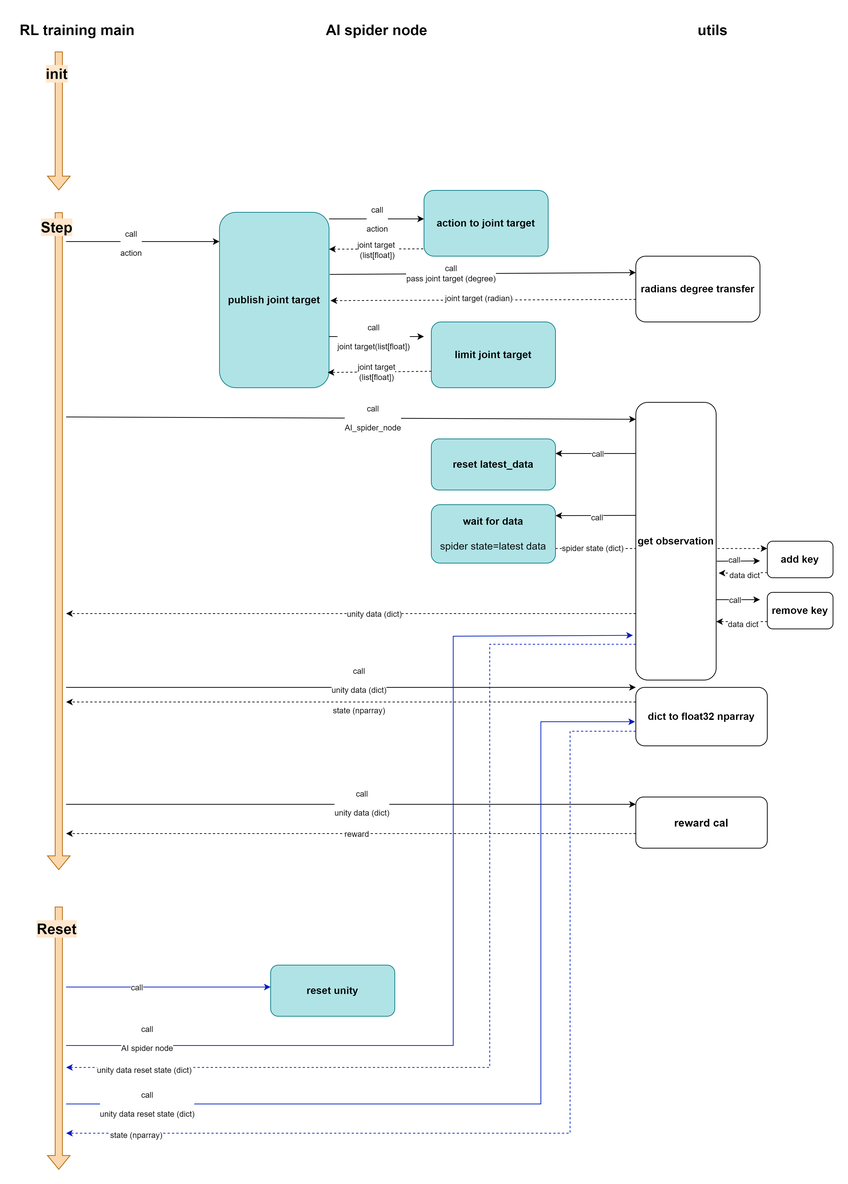
siangting/pros_ai_spider keeps this draw.io diagram as diagram/RL training main.drawio.png. Above is the earlier version. Source tidied: cells renumbered, new cells last; positions are measured from the earlier drawing's top-left corner, leaving out a move shared by most shapes.
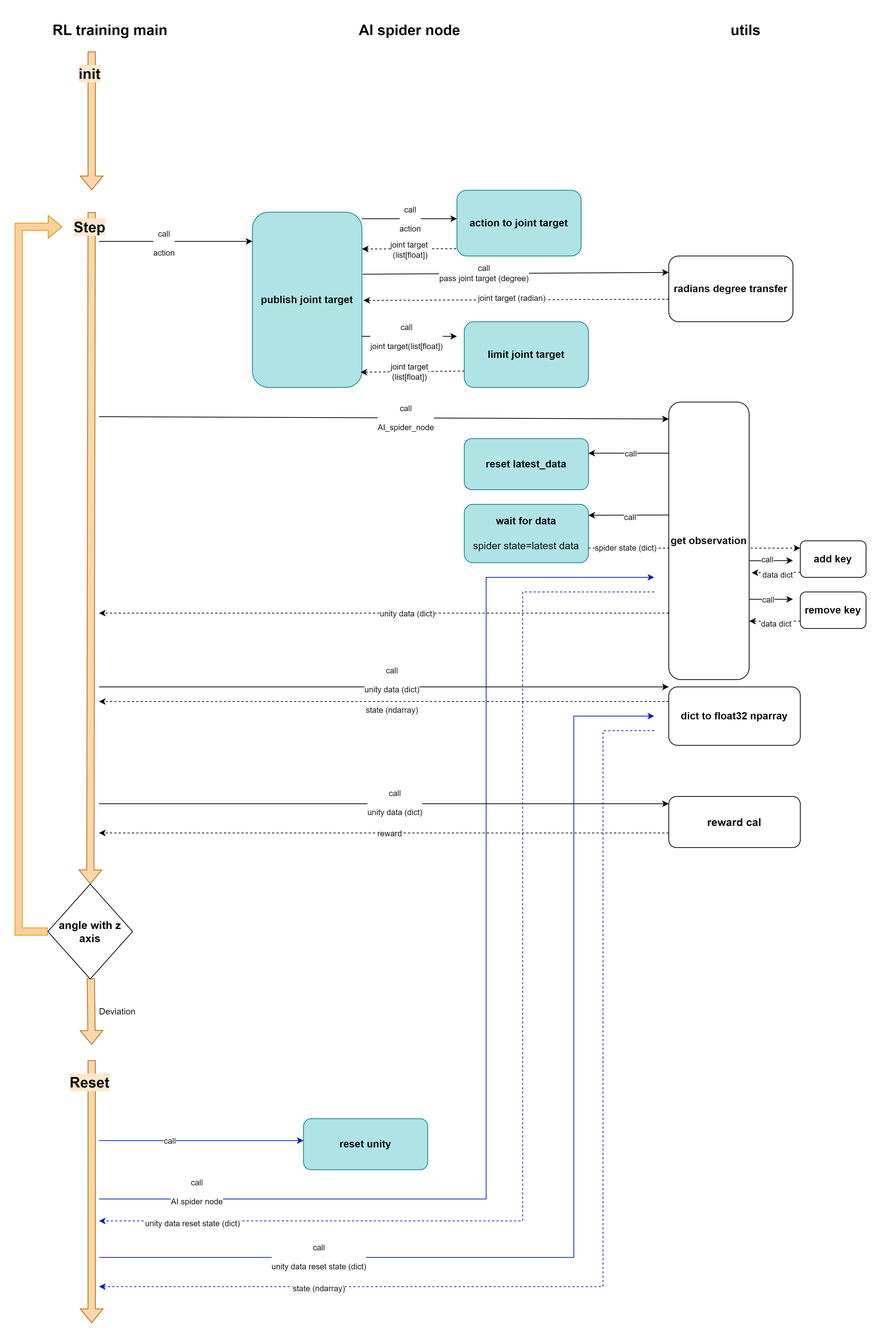
The same diagram one commit later.

Commit message:
[DOCS] Add terminate condition to training diagram.

1. Multi-PPO RL training steps terminate according to spider toward
   angle with z axis. Add the terminate condition to RL training main
diagram.

Diff of the diagram source:
```diff
@@ -180,7 +180,7 @@
         <mxPoint x="70" y="940" as="targetPoint" />
       </mxGeometry>
     </mxCell>
-    <mxCell id="44" value="&lt;div&gt;state (nparray)&lt;br&gt;&lt;/div&gt;" style="edgeLabel;html=1;align=center;verticalAlign=middle;" parent="43" vertex="1">
+    <mxCell id="44" value="&lt;div&gt;state (ndarray)&lt;br&gt;&lt;/div&gt;" style="edgeLabel;html=1;align=center;verticalAlign=middle;" parent="43" vertex="1">
       <mxGeometry x="-0.02" relative="1" as="geometry">
         <mxPoint x="3" y="11" as="offset" />
       </mxGeometry>
@@ -196,17 +196,11 @@
         <mxPoint x="26" y="9" as="offset" />
       </mxGeometry>
     </mxCell>
-    <mxCell id="47" style="shape=flexArrow;endArrow=classic;html=1;rounded=0;fillColor=#fad7ac;strokeColor=#b46504;" parent="1" edge="1">
+    <mxCell id="47" style="shape=flexArrow;endArrow=classic;html=1;rounded=0;fillColor=#fad7ac;strokeColor=#b46504;" parent="1" edge="1" source="73">
       <mxGeometry relative="1" as="geometry">
-        <mxPoint x="60" y="270" as="sourcePoint" />
-        <mxPoint x="60" y="1170" as="targetPoint" />
+        <mxPoint x="60" y="1410" as="targetPoint" />
       </mxGeometry>
     </mxCell>
-    <mxCell id="48" value="Step" style="edgeLabel;html=1;align=center;verticalAlign=middle;fontSize=20;fontStyle=1;labelBackgroundColor=#FFE6CC;" parent="1" vertex="1">
-      <mxGeometry x="30" y="280" as="geometry">
-        <mxPoint x="26" y="9" as="offset" />
-      </mxGeometry>
-    </mxCell>
     <mxCell id="49" value="&lt;b&gt;&lt;font style=&quot;font-size: 15px;&quot;&gt;reward cal&lt;/font&gt;&lt;/b&gt;" style="rounded=1;whiteSpace=wrap;html=1;" parent="1" vertex="1">
       <mxGeometry x="850" y="1070" width="180" height="70" as="geometry" />
     </mxCell>
@@ -230,33 +224,34 @@
     </mxCell>
     <mxCell id="54" style="shape=flexArrow;endArrow=classic;html=1;rounded=0;fillColor=#fad7ac;strokeColor=#b46504;" parent="1" edge="1">
       <mxGeometry relative="1" as="geometry">
-        <mxPoint x="60" y="1220" as="sourcePoint" />
-        <mxPoint x="60" y="1580" as="targetPoint" />
+        <mxPoint x="60" y="1431.2" as="sourcePoint" />
+        <mxPoint x="60" y="1791.2" as="targetPoint" />
       </mxGeometry>
     </mxCell>
     <mxCell id="55" value="Reset" style="edgeLabel;html=1;align=center;verticalAlign=middle;fontSize=20;fontStyle=1;labelBackgroundColor=#FFE6CC;" parent="1" vertex="1">
-      <mxGeometry x="30" y="1240" as="geometry">
+      <mxGeometry x="30" y="1451.2" as="geometry">
         <mxPoint x="26" y="9" as="offset" />
       </mxGeometry>
     </mxCell>
     <mxCell id="56" value="&lt;font style=&quot;font-size: 14px;&quot;&gt;&lt;b&gt;reset unity&lt;/b&gt;&lt;/font&gt;" style="rounded=1;whiteSpace=wrap;html=1;fillColor=#b0e3e6;strokeColor=#0e8088;" parent="1" vertex="1">
-      <mxGeometry x="350" y="1300" width="170" height="70" as="geometry" />
+      <mxGeometry x="350" y="1511.2" width="170" height="70" as="geometry" />
     </mxCell>
     <mxCell id="57" style="endArrow=classic;html=1;rounded=0;fillColor=#0050ef;strokeColor=#001DBC;" parent="1" edge="1">
       <mxGeometry relative="1" as="geometry">
-        <mxPoint x="70" y="1330" as="sourcePoint" />
-        <mxPoint x="350" y="1330" as="targetPoint" />
+        <mxPoint x="70" y="1541.2" as="sourcePoint" />
+        <mxPoint x="350" y="1541.2" as="targetPoint" />
       </mxGeometry>
     </mxCell>
     <mxCell id="58" value="call" style="edgeLabel;html=1;align=center;verticalAlign=middle;" parent="57" vertex="1">
       <mxGeometry x="-0.31" relative="1" as="geometry" />
     </mxCell>
-    <mxCell id="59" style="endArrow=classic;html=1;rounded=0;entryX=-0.036;entryY=0.839;entryDx=0;entryDy=0;entryPerimeter=0;fillColor=#0050ef;strokeColor=#001DBC;" parent="1" edge="1" target="20">
+    <mxCell id="59" style="endArrow=classic;html=1;rounded=0;fillColor=#0050ef;strokeColor=#001DBC;" parent="1" edge="1">
       <mxGeometry relative="1" as="geometry">
-        <mxPoint x="70" y="1410" as="sourcePoint" />
+        <mxPoint x="70" y="1621.2" as="sourcePoint" />
+        <mxPoint x="830" y="770" as="targetPoint" />
         <Array as="points">
-          <mxPoint x="600" y="1410" />
-          <mxPoint x="600" y="850" />
+          <mxPoint x="600" y="1621.2" />
+          <mxPoint x="600" y="770" />
         </Array>
       </mxGeometry>
     </mxCell>
@@ -265,41 +260,46 @@
         <mxPoint x="-2" y="-15" as="offset" />
       </mxGeometry>
     </mxCell>
-    <mxCell id="61" style="endArrow=classic;html=1;rounded=0;exitX=0;exitY=0.871;exitDx=0;exitDy=0;exitPerimeter=0;dashed=1;fillColor=#0050ef;strokeColor=#001DBC;" parent="1" edge="1" source="20">
+    <mxCell id="61" style="endArrow=classic;html=1;rounded=0;dashed=1;fillColor=#0050ef;strokeColor=#001DBC;" parent="1" edge="1">
       <mxGeometry relative="1" as="geometry">
-        <mxPoint x="70" y="1440" as="targetPoint" />
+        <mxPoint x="830" y="790" as="sourcePoint" />
+        <mxPoint x="70" y="1651.2" as="targetPoint" />
         <Array as="points">
-          <mxPoint x="650" y="861" />
-          <mxPoint x="650" y="1440" />
+          <mxPoint x="650" y="790" />
+          <mxPoint x="650" y="1651.2" />
         </Array>
       </mxGeometry>
     </mxCell>
     <mxCell id="62" value="unity data reset state (dict)" style="edgeLabel;html=1;align=center;verticalAlign=middle;" parent="61" vertex="1">
       <mxGeometry x="0.84" y="3" relative="1" as="geometry" />
     </mxCell>
-    <mxCell id="63" style="endArrow=classic;html=1;rounded=0;entryX=-0.006;entryY=0.588;entryDx=0;entryDy=0;entryPerimeter=0;fillColor=#0050ef;strokeColor=#001DBC;" parent="1" edge="1" target="42">
+    <mxCell id="63" style="endArrow=classic;html=1;rounded=0;fillColor=#0050ef;strokeColor=#001DBC;" parent="1" edge="1">
       <mxGeometry relative="1" as="geometry">
-        <mxPoint x="70" y="1490" as="sourcePoint" />
+        <mxPoint x="70" y="1701.2" as="sourcePoint" />
+        <mxPoint x="830" y="960" as="targetPoint" />
         <Array as="points">
-          <mxPoint x="720" y="1490" />
-          <mxPoint x="720" y="967" />
+          <mxPoint x="720" y="1701.2" />
+          <mxPoint x="720" y="960" />
         </Array>
       </mxGeometry>
     </mxCell>
     <mxCell id="64" value="&lt;div&gt;call&lt;/div&gt;&lt;div&gt;&lt;br&gt;&lt;/div&gt;unity data reset state (dict)" style="edgeLabel;html=1;align=center;verticalAlign=middle;" parent="1" vertex="1">
-      <mxGeometry x="180" y="1490" as="geometry" />
+      <mxGeometry x="370" y="1700" as="geometry" />
     </mxCell>
-    <mxCell id="65" style="endArrow=classic;html=1;rounded=0;exitX=0;exitY=0.75;exitDx=0;exitDy=0;dashed=1;fillColor=#0050ef;strokeColor=#001DBC;" parent="1" edge="1" source="42">
+    <mxCell id="65" style="endArrow=classic;html=1;rounded=0;dashed=1;fillColor=#0050ef;strokeColor=#001DBC;" parent="1" edge="1">
       <mxGeometry relative="1" as="geometry">
-        <mxPoint x="70" y="1530" as="targetPoint" />
+        <mxPoint x="830" y="980" as="sourcePoint" />
+        <mxPoint x="70" y="1741.2" as="targetPoint" />
         <Array as="points">
           <mxPoint x="760" y="980" />
-          <mxPoint x="760" y="1530" />
+          <mxPoint x="760" y="1741.2" />
         </Array>
       </mxGeometry>
     </mxCell>
-    <mxCell id="66" value="state (nparray)" style="edgeLabel;html=1;align=center;verticalAlign=middle;" parent="65" vertex="1">
-      <mxGeometry x="0.86" y="2" relative="1" as="geometry" />
+    <mxCell id="66" value="state (ndarray)" style="edgeLabel;html=1;align=center;verticalAlign=middle;" parent="65" vertex="1">
+      <mxGeometry x="0.86" y="2" relative="1" as="geometry">
+        <mxPoint x="191" as="offset" />
+      </mxGeometry>
     </mxCell>
     <mxCell id="67" value="radians degree transfer" style="rounded=1;whiteSpace=wrap;html=1;fontSize=14;fontStyle=1;" parent="1" vertex="1">
       <mxGeometry x="850" y="330" width="170" height="90" as="geometry" />
@@ -319,5 +319,30 @@
     <mxCell id="71" value="joint target (radian)" style="edgeLabel;html=1;align=center;verticalAlign=middle;" parent="70" vertex="1">
       <mxGeometry x="0.03" y="-3" relative="1" as="geometry" />
     </mxCell>
+    <mxCell id="72" style="shape=flexArrow;endArrow=classic;html=1;rounded=0;fillColor=#fad7ac;strokeColor=#b46504;" parent="1" edge="1" target="73">
+      <mxGeometry relative="1" as="geometry">
+        <mxPoint x="60" y="270" as="sourcePoint" />
+      </mxGeometry>
+    </mxCell>
+    <mxCell id="73" value="&lt;b&gt;&lt;font style=&quot;font-size: 15px;&quot;&gt;angle with z axis&lt;/font&gt;&lt;/b&gt;" style="rhombus;whiteSpace=wrap;html=1;" parent="1" vertex="1">
+      <mxGeometry y="1190" width="116" height="130" as="geometry" />
+    </mxCell>
+    <mxCell id="48" value="Step" style="edgeLabel;html=1;align=center;verticalAlign=middle;fontSize=20;fontStyle=1;labelBackgroundColor=#FFE6CC;" parent="1" vertex="1">
+      <mxGeometry x="30" y="280" as="geometry">
+        <mxPoint x="26" y="9" as="offset" />
+      </mxGeometry>
+    </mxCell>
+    <mxCell id="74" style="shape=flexArrow;endArrow=classic;html=1;rounded=0;exitX=0;exitY=0.5;exitDx=0;exitDy=0;fillColor=#FFCE9F;strokeColor=#d79b00;" parent="1" edge="1" source="73">
+      <mxGeometry relative="1" as="geometry">
+        <mxPoint x="20" y="290" as="targetPoint" />
+        <Array as="points">
+          <mxPoint x="-40" y="1255" />
+          <mxPoint x="-40" y="290" />
+        </Array>
+      </mxGeometry>
+    </mxCell>
+    <mxCell id="75" value="Deviation " style="text;html=1;align=center;verticalAlign=middle;strokeColor=none;fillColor=none;" parent="1" vertex="1">
+      <mxGeometry x="60" y="1350" width="70" height="30" as="geometry" />
+    </mxCell>
   </root>
 </mxGraphModel>
```
